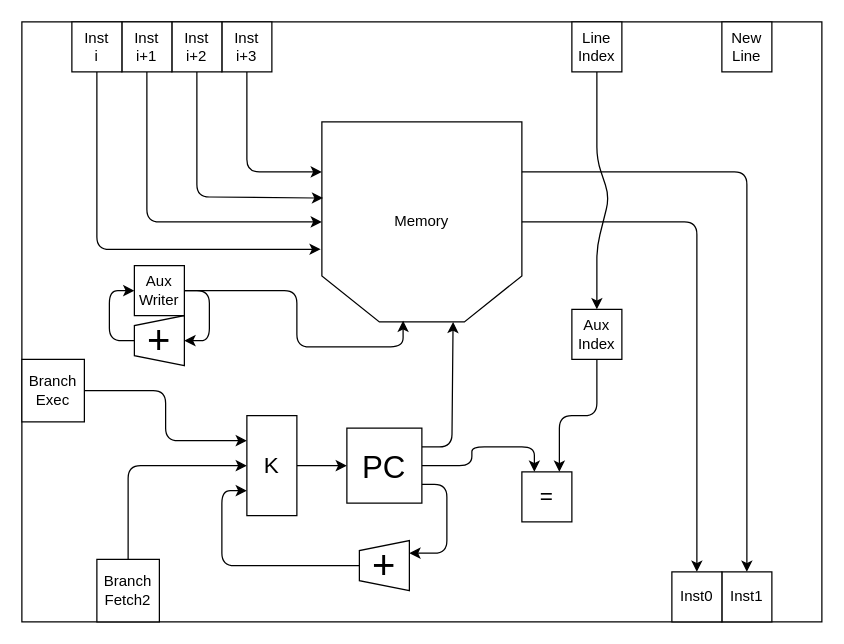
The draw.io diagram Diagrammi/Fetch1.drawio in The90Frank/MinorArmAnalyzer, before the edit. Source tidied: cells renumbered, new cells numbered last; positions are measured from the earlier drawing's top-left corner, leaving out a move shared by most shapes. Both pictures are drawn from the tidied source at 125%, with x=0, y=0 at pixel (21, 21).
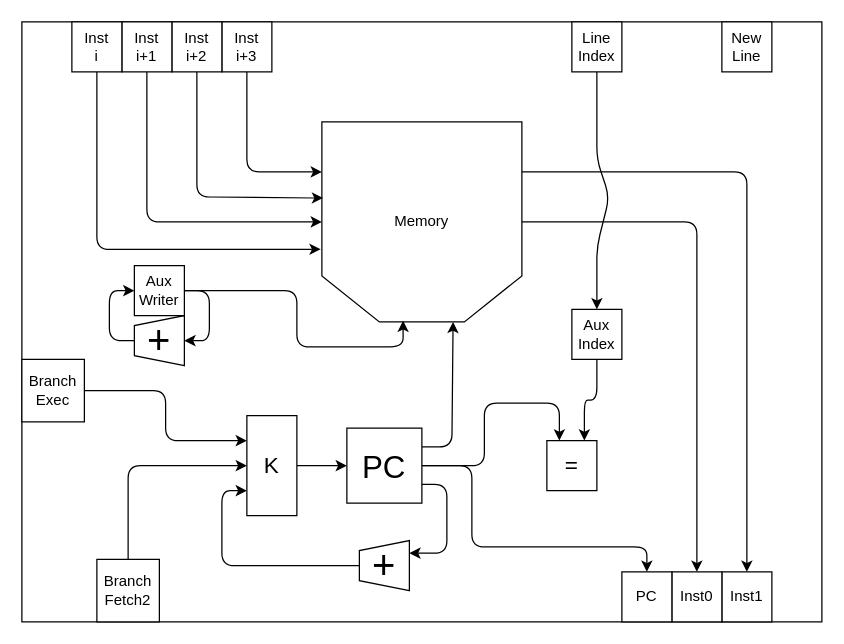
Above is the later version.

The change refers to these unchanged cells:
```xml
<mxCell id="19" value="&lt;font style=&quot;font-size: 25px&quot;&gt;PC&lt;/font&gt;" style="whiteSpace=wrap;html=1;" parent="1" vertex="1">
  <mxGeometry x="260" y="325" width="60" height="60" as="geometry" />
</mxCell>
```

The edit, as a diff of the source:
```diff
@@
     <mxCell id="37" value="&lt;font style=&quot;font-size: 18px&quot;&gt;=&lt;br&gt;&lt;/font&gt;" style="rounded=0;whiteSpace=wrap;html=1;" parent="1" vertex="1">
-      <mxGeometry x="400" y="360" width="40" height="40" as="geometry" />
+      <mxGeometry x="420" y="335" width="40" height="40" as="geometry" />
     </mxCell>
@@
+    <mxCell id="39" value="PC" style="whiteSpace=wrap;html=1;" parent="1" vertex="1">
+      <mxGeometry x="480" y="440" width="40" height="40" as="geometry" />
+    </mxCell>
+    <mxCell id="40" style="endArrow=classic;html=1;exitX=1;exitY=0.5;exitDx=0;exitDy=0;entryX=0.5;entryY=0;entryDx=0;entryDy=0;" parent="1" edge="1" source="19" target="39">
+      <mxGeometry relative="1" as="geometry">
+        <Array as="points">
+          <mxPoint x="360" y="355" />
+          <mxPoint x="360" y="420" />
+          <mxPoint x="500" y="420" />
+        </Array>
+      </mxGeometry>
+    </mxCell>
```
